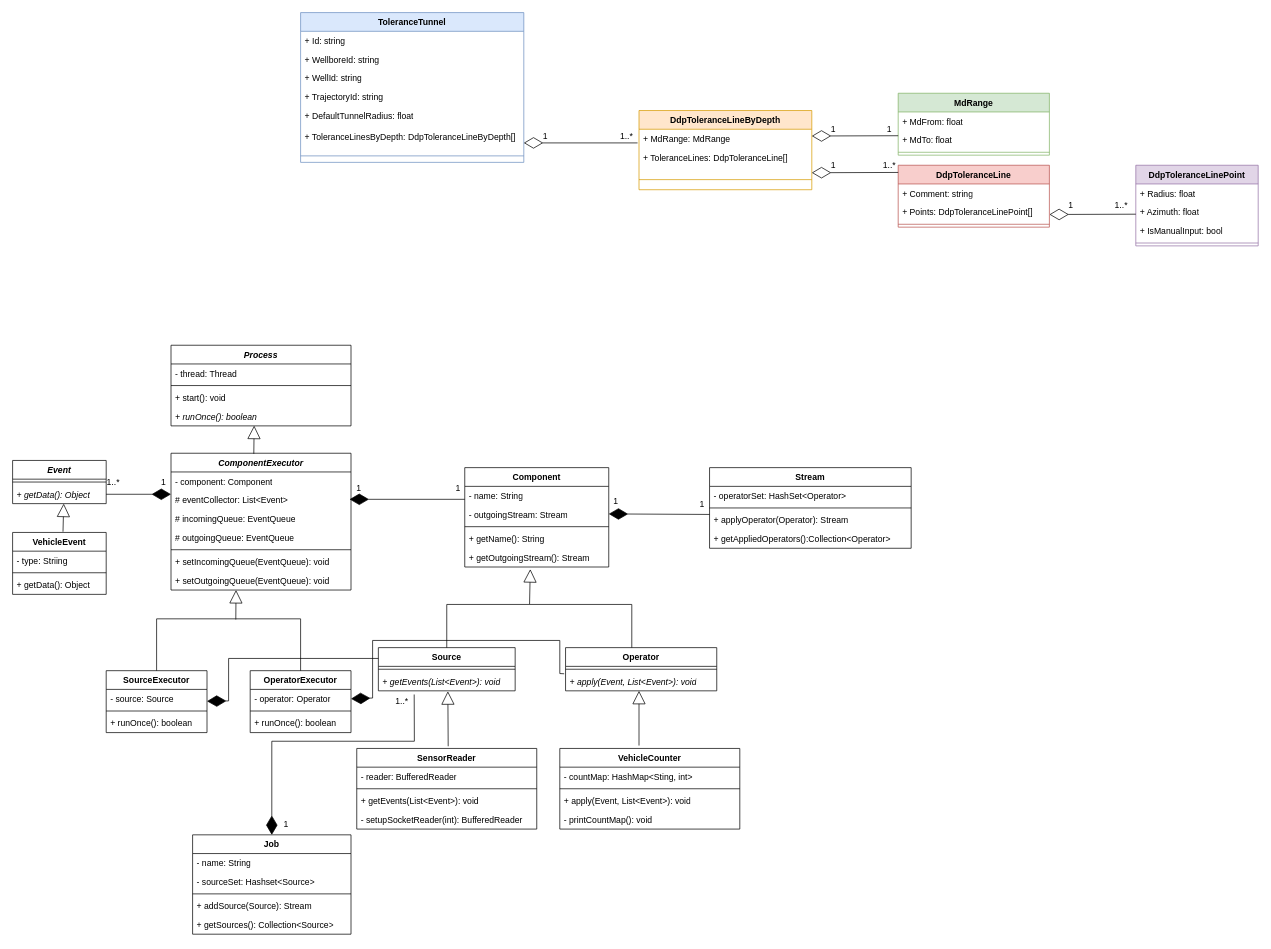
baoqger/drawing.io keeps this draw.io diagram as UML_Diagram.drawio. Above is the earlier version. Source tidied: cells renumbered, new cells numbered last; positions are measured from the earlier drawing's top-left corner, leaving out a move shared by most shapes. Both pictures are drawn from the tidied source at 72%, with x=0, y=0 at pixel (12, 12).
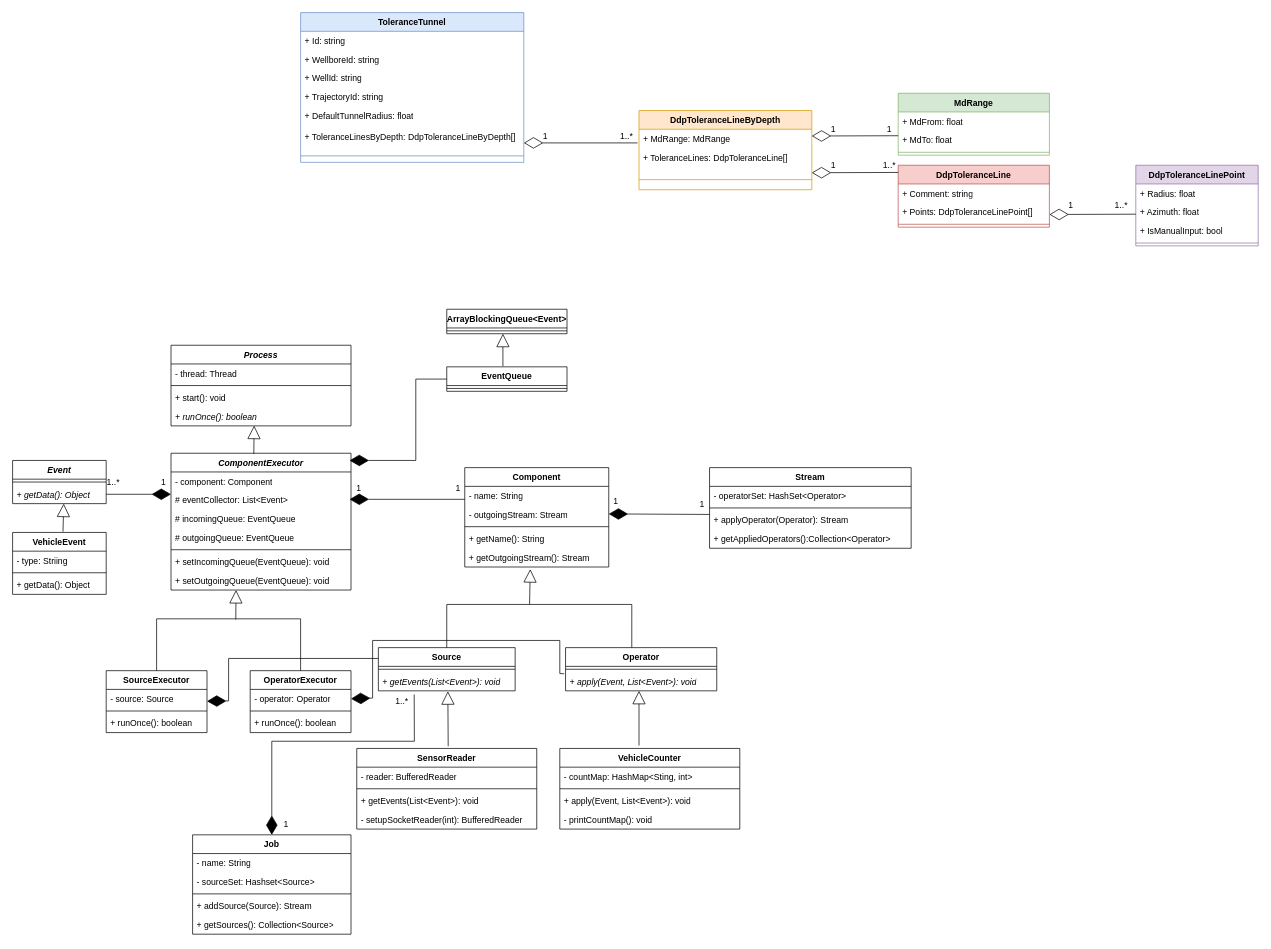
Above is the later version.

Diff of the diagram source:
```diff
@@
+    <mxCell id="124" value="EventQueue" style="swimlane;fontStyle=1;align=center;verticalAlign=top;horizontal=1;startSize=26;whiteSpace=wrap;html=1;" parent="1" vertex="1">
+      <mxGeometry x="603" y="492" width="167" height="34" as="geometry" />
+    </mxCell>
+    <mxCell id="125" style="line;strokeWidth=1;fillColor=none;align=left;verticalAlign=middle;spacingTop=-1;spacingLeft=3;spacingRight=3;labelPosition=right;strokeColor=inherit;" parent="124" vertex="1">
+      <mxGeometry y="26" width="167" height="8" as="geometry" />
+    </mxCell>
+    <mxCell id="126" value="ArrayBlockingQueue&amp;lt;Event&amp;gt;" style="swimlane;fontStyle=1;align=center;verticalAlign=top;horizontal=1;startSize=26;whiteSpace=wrap;html=1;" parent="1" vertex="1">
+      <mxGeometry x="603" y="412" width="167" height="34" as="geometry" />
+    </mxCell>
+    <mxCell id="127" style="line;strokeWidth=1;fillColor=none;align=left;verticalAlign=middle;spacingTop=-1;spacingLeft=3;spacingRight=3;labelPosition=right;strokeColor=inherit;" parent="126" vertex="1">
+      <mxGeometry y="26" width="167" height="8" as="geometry" />
+    </mxCell>
+    <mxCell id="128" style="endArrow=block;endSize=16;endFill=0;html=1;rounded=0;entryX=0.462;entryY=0.989;entryDx=0;entryDy=0;entryPerimeter=0;exitX=0.467;exitY=0;exitDx=0;exitDy=0;exitPerimeter=0;" parent="1" edge="1">
+      <mxGeometry relative="1" as="geometry">
+        <mxPoint x="681" y="491" as="sourcePoint" />
+        <mxPoint x="681" y="446" as="targetPoint" />
+      </mxGeometry>
+    </mxCell>
+    <mxCell id="129" style="endArrow=diamondThin;endFill=1;endSize=24;html=1;rounded=0;exitX=0;exitY=0.5;exitDx=0;exitDy=0;entryX=0.5;entryY=1;entryDx=0;entryDy=0;" parent="1" edge="1" source="124">
+      <mxGeometry relative="1" as="geometry">
+        <mxPoint x="468" y="622" as="targetPoint" />
+        <Array as="points">
+          <mxPoint x="560" y="509" />
+          <mxPoint x="560" y="622" />
+        </Array>
+      </mxGeometry>
+    </mxCell>
```
